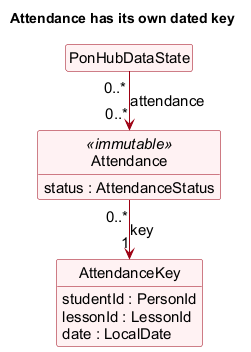
Earlier version of the PlantUML export docs/images/DomainAttendanceStructure.png (AY2627S1-CS2103T-F13-3/tp). Source of this version:
```plantuml
@startuml
skinparam defaultFontName Arial
skinparam defaultFontSize 15
skinparam shadowing false
skinparam classAttributeIconSize 0
skinparam classBackgroundColor #FFF2F3
skinparam classBorderColor #9D0012
skinparam classArrowColor #9D0012
skinparam noteBackgroundColor #FFFBE6
skinparam noteBorderColor #777777
skinparam nodesep 35
skinparam ranksep 40
hide circle
hide empty members

title Attendance has its own dated key
class PonHubDataState
class Attendance <<immutable>> {
  status : AttendanceStatus
}
class AttendanceKey {
  studentId : PersonId
  lessonId : LessonId
  date : LocalDate
}
PonHubDataState "0..*" -down-> "0..*" Attendance : attendance
Attendance "0..*" -down-> "1" AttendanceKey : key
@enduml
```
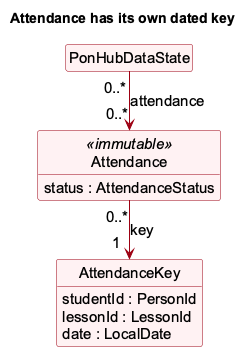
After the commit.

The edit, as a diff of the source:
```diff
@@ -24,5 +24,5 @@
   date : LocalDate
 }
 PonHubDataState "0..*" -down-> "0..*" Attendance : attendance
-Attendance "0..*" -down-> "1" AttendanceKey : key
+Attendance "0..*" -down-> "1<U+00A0><U+00A0>" AttendanceKey : key
 @enduml
```
